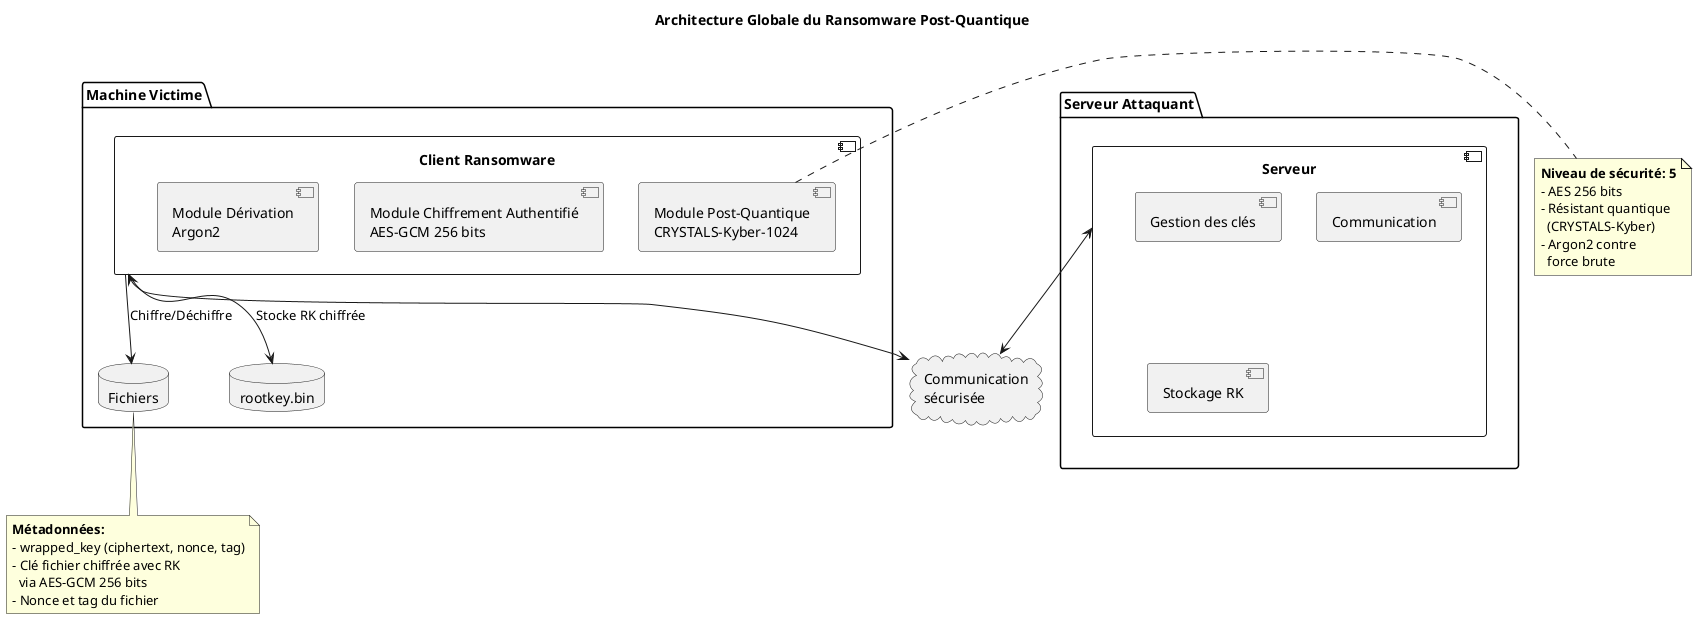
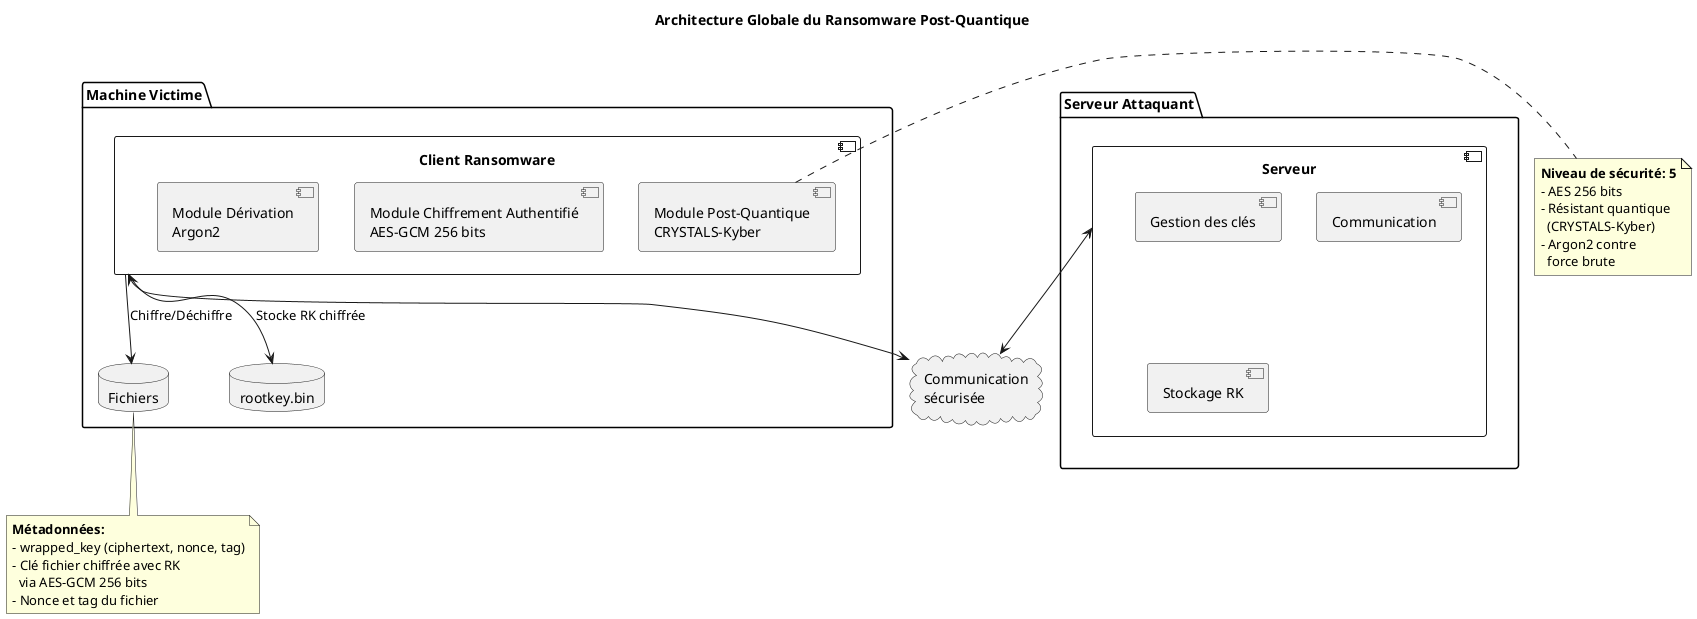
@startuml Ransomware Architecture - Vue d'ensemble

title Architecture Globale du Ransomware Post-Quantique

package "Machine Victime" {
    component "Client Ransomware" as client {
        [Module Chiffrement Authentifié\nAES-GCM 256 bits] as aes
        [Module Dérivation\nArgon2] as argon
-         [Module Post-Quantique\nCRYSTALS-Kyber-1024] as kyber
+         [Module Post-Quantique\nCRYSTALS-Kyber] as kyber
    }

    database "Fichiers" as files
    database "rootkey.bin" as rootkey
}

package "Serveur Attaquant" {
    component "Serveur" as server {
        [Gestion des clés] as keymanager
        [Communication] as comm
        [Stockage RK] as storage
    }
}

cloud "Communication\nsécurisée" as network

client <--> network
server <--> network

client --> files : Chiffre/Déchiffre
client --> rootkey : Stocke RK chiffrée

note right of kyber
    **Niveau de sécurité: 5**
    - AES 256 bits
    - Résistant quantique
      (CRYSTALS-Kyber)
    - Argon2 contre
      force brute
end note

note bottom of files
    **Métadonnées:**
    - wrapped_key (ciphertext, nonce, tag)
    - Clé fichier chiffrée avec RK
      via AES-GCM 256 bits
    - Nonce et tag du fichier
end note

@enduml
